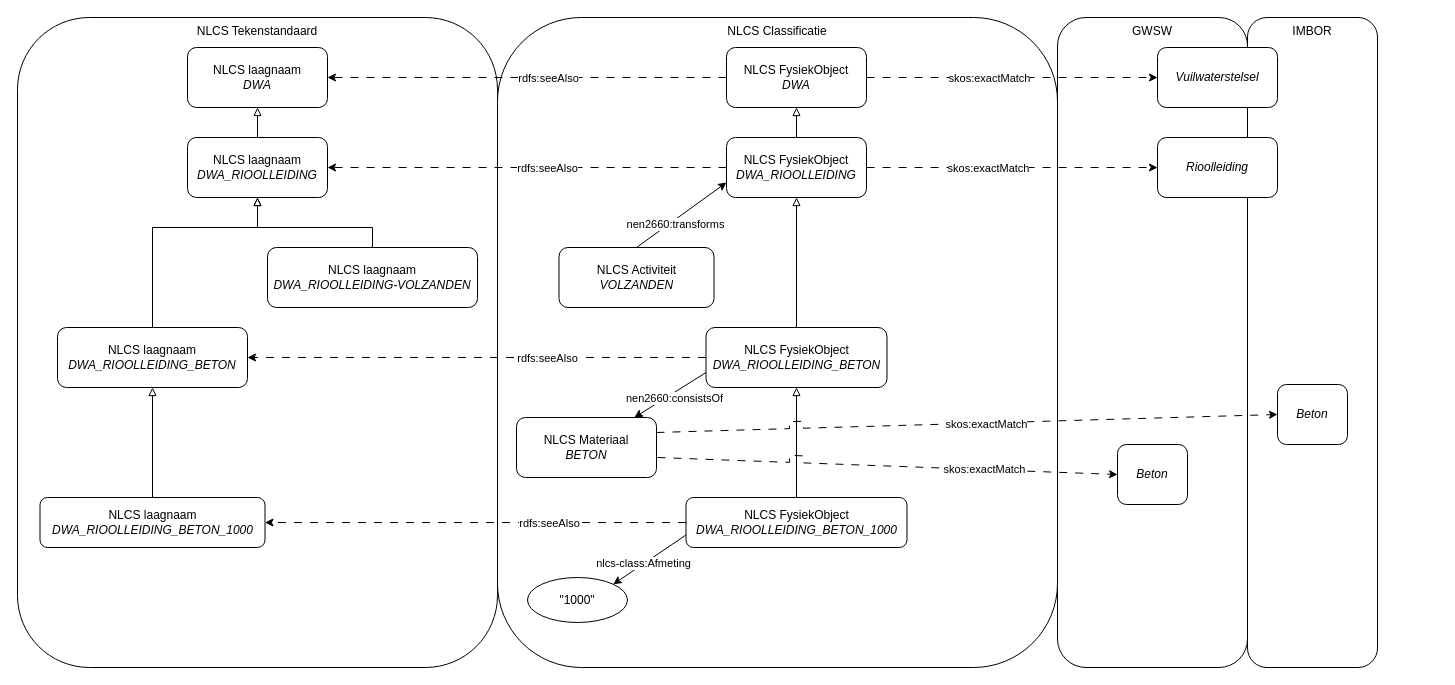
The draw.io diagram docs/InformatieModelSchema_NlcsClassificatie/NLCSlandschap.drawio in nl-digigo/NLCS, before the edit. Source tidied: cells renumbered, new cells numbered last; positions are measured from the earlier drawing's top-left corner, leaving out a move shared by most shapes. Both pictures are drawn from the tidied source at 100%, with x=0, y=0 at pixel (17, 17).
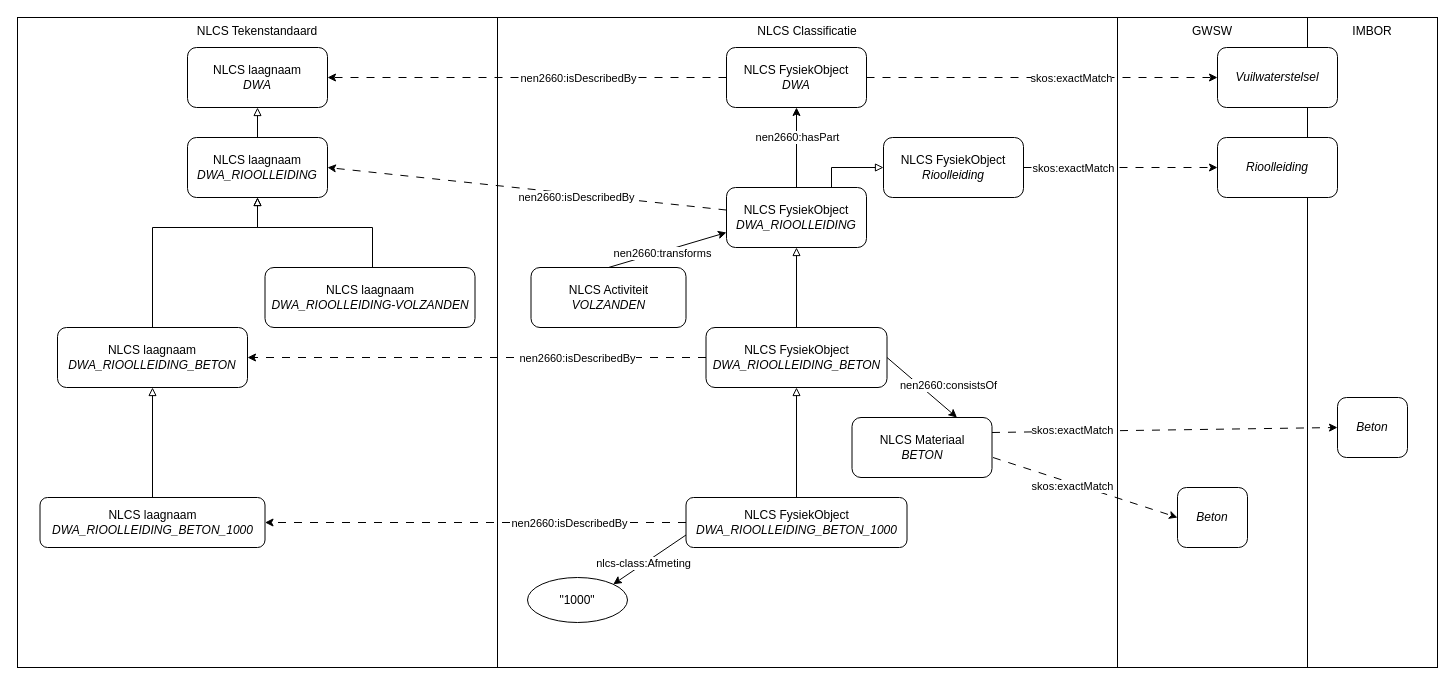
Above is the later version.

Commit message (it also covers changes not shown here):
updated NLCS Classificatie schema Rioleringen

Unchanged cells that the change refers to:
```xml
<mxCell id="7" value="NLCS laagnaam&lt;div&gt;&lt;i&gt;DWA_RIOOLLEIDING&lt;/i&gt;&lt;/div&gt;" style="rounded=1;whiteSpace=wrap;html=1;" parent="1" vertex="1">
  <mxGeometry x="170" y="120" width="140" height="60" as="geometry" />
</mxCell>
<mxCell id="19" style="edgeStyle=orthogonalEdgeStyle;rounded=0;jettySize=auto;html=1;entryX=1;entryY=0.5;entryDx=0;entryDy=0;dashed=1;dashPattern=8 8;" parent="1" edge="1" source="21" target="9">
  <mxGeometry relative="1" as="geometry" />
</mxCell>
<mxCell id="21" value="NLCS FysiekObject&lt;div&gt;&lt;i&gt;DWA_RIOOLLEIDING_BETON&lt;/i&gt;&lt;/div&gt;" style="rounded=1;whiteSpace=wrap;html=1;" parent="1" vertex="1">
  <mxGeometry x="688.5" y="310" width="181" height="60" as="geometry" />
</mxCell>
<mxCell id="22" style="edgeStyle=orthogonalEdgeStyle;rounded=0;jettySize=auto;html=1;dashed=1;dashPattern=8 8;" parent="1" edge="1" source="27" target="11">
  <mxGeometry relative="1" as="geometry" />
</mxCell>
<mxCell id="32" style="rounded=0;jettySize=auto;html=1;exitX=1;exitY=0.25;exitDx=0;exitDy=0;entryX=0;entryY=0.5;entryDx=0;entryDy=0;jumpStyle=sharp;jumpSize=14;dashed=1;dashPattern=8 8;" parent="1" edge="1" source="34" target="50">
  <mxGeometry relative="1" as="geometry" />
</mxCell>
<mxCell id="36" style="edgeStyle=orthogonalEdgeStyle;rounded=0;jettySize=auto;html=1;entryX=1;entryY=0.5;entryDx=0;entryDy=0;dashed=1;dashPattern=8 8;" parent="1" edge="1" source="40" target="35">
  <mxGeometry relative="1" as="geometry" />
</mxCell>
<mxCell id="38" style="edgeStyle=orthogonalEdgeStyle;rounded=0;jettySize=auto;html=1;entryX=0;entryY=0.5;entryDx=0;entryDy=0;dashed=1;dashPattern=8 8;" parent="1" edge="1" source="40" target="47">
  <mxGeometry relative="1" as="geometry" />
</mxCell>
<mxCell id="40" value="NLCS FysiekObject&lt;div&gt;&lt;i&gt;DWA&lt;/i&gt;&lt;/div&gt;" style="rounded=1;whiteSpace=wrap;html=1;" parent="1" vertex="1">
  <mxGeometry x="709" y="30" width="140" height="60" as="geometry" />
</mxCell>
<mxCell id="43" style="rounded=0;jettySize=auto;html=1;entryX=0;entryY=0.75;entryDx=0;entryDy=0;exitX=0.5;exitY=0;exitDx=0;exitDy=0;" parent="1" edge="1" source="45" target="17">
  <mxGeometry relative="1" as="geometry" />
</mxCell>
```

Diff of the diagram source:
```diff
@@
-    <mxCell id="2" value="IMBOR" style="rounded=1;whiteSpace=wrap;html=1;verticalAlign=top;" parent="1" vertex="1">
-      <mxGeometry x="1230" width="130" height="650" as="geometry" />
+    <mxCell id="2" value="IMBOR" style="rounded=0;whiteSpace=wrap;html=1;verticalAlign=top;" parent="1" vertex="1">
+      <mxGeometry x="1290" width="130" height="650" as="geometry" />
     </mxCell>
-    <mxCell id="3" value="GWSW" style="rounded=1;whiteSpace=wrap;html=1;verticalAlign=top;" parent="1" vertex="1">
-      <mxGeometry x="1040" width="190" height="650" as="geometry" />
+    <mxCell id="3" value="GWSW" style="rounded=0;whiteSpace=wrap;html=1;verticalAlign=top;" parent="1" vertex="1">
+      <mxGeometry x="1100" width="190" height="650" as="geometry" />
     </mxCell>
-    <mxCell id="4" value="NLCS Tekenstandaard" style="rounded=1;whiteSpace=wrap;html=1;verticalAlign=top;" parent="1" vertex="1">
+    <mxCell id="4" value="NLCS Tekenstandaard" style="rounded=0;whiteSpace=wrap;html=1;verticalAlign=top;" parent="1" vertex="1">
       <mxGeometry width="480" height="650" as="geometry" />
     </mxCell>
-    <mxCell id="5" value="NLCS Classificatie" style="rounded=1;whiteSpace=wrap;html=1;verticalAlign=top;" parent="1" vertex="1">
-      <mxGeometry x="480" width="560" height="650" as="geometry" />
+    <mxCell id="5" value="NLCS Classificatie" style="rounded=0;whiteSpace=wrap;html=1;verticalAlign=top;" parent="1" vertex="1">
+      <mxGeometry x="480" width="620" height="650" as="geometry" />
     </mxCell>
@@
-    <mxCell id="12" style="edgeStyle=orthogonalEdgeStyle;rounded=0;jettySize=auto;html=1;endArrow=block;endFill=0;" parent="1" edge="1" source="17" target="40">
-      <mxGeometry relative="1" as="geometry" />
+    <mxCell id="12" value="nen2660:hasPart" style="edgeStyle=orthogonalEdgeStyle;rounded=0;jettySize=auto;html=1;endArrow=classic;endFill=1;" parent="1" edge="1" source="17" target="40">
+      <mxGeometry x="0.25" y="-1" relative="1" as="geometry" />
     </mxCell>
-    <mxCell id="13" style="edgeStyle=orthogonalEdgeStyle;rounded=0;jettySize=auto;html=1;entryX=1;entryY=0.5;entryDx=0;entryDy=0;dashed=1;dashPattern=8 8;" parent="1" edge="1" source="17" target="7">
+    <mxCell id="13" style="rounded=0;jettySize=auto;html=1;entryX=1;entryY=0.5;entryDx=0;entryDy=0;dashed=1;dashPattern=8 8;" parent="1" edge="1" source="17" target="7">
       <mxGeometry relative="1" as="geometry" />
     </mxCell>
-    <mxCell id="14" value="rdfs:seeAlso" style="edgeLabel;html=1;align=center;verticalAlign=middle;" parent="13" vertex="1">
+    <mxCell id="14" value="nen2660:isDescribedBy" style="edgeLabel;html=1;align=center;verticalAlign=middle;" parent="13" vertex="1">
       <mxGeometry x="-0.06" y="2" relative="1" as="geometry">
-        <mxPoint x="8" y="-2" as="offset" />
+        <mxPoint x="38" y="5" as="offset" />
       </mxGeometry>
     </mxCell>
-    <mxCell id="15" style="edgeStyle=orthogonalEdgeStyle;rounded=0;jettySize=auto;html=1;entryX=0;entryY=0.5;entryDx=0;entryDy=0;dashed=1;dashPattern=8 8;" parent="1" edge="1" source="17" target="49">
+    <mxCell id="15" style="edgeStyle=orthogonalEdgeStyle;rounded=0;jettySize=auto;html=1;entryX=0;entryY=0.5;entryDx=0;entryDy=0;dashed=1;dashPattern=8 8;" parent="1" edge="1" source="51" target="49">
       <mxGeometry relative="1" as="geometry" />
     </mxCell>
     <mxCell id="16" value="skos:exactMatch" style="edgeLabel;html=1;align=center;verticalAlign=middle;" parent="15" vertex="1">
       <mxGeometry x="-0.18" relative="1" as="geometry">
-        <mxPoint x="2" as="offset" />
+        <mxPoint x="-31" as="offset" />
       </mxGeometry>
     </mxCell>
     <mxCell id="17" value="NLCS FysiekObject&lt;div&gt;&lt;i&gt;DWA_RIOOLLEIDING&lt;/i&gt;&lt;/div&gt;" style="rounded=1;whiteSpace=wrap;html=1;" parent="1" vertex="1">
-      <mxGeometry x="709" y="120" width="140" height="60" as="geometry" />
+      <mxGeometry x="709" y="170" width="140" height="60" as="geometry" />
     </mxCell>
@@
-    <mxCell id="20" value="rdfs:seeAlso" style="edgeLabel;html=1;align=center;verticalAlign=middle;" parent="19" vertex="1">
+    <mxCell id="20" value="nen2660:isDescribedBy" style="edgeLabel;html=1;align=center;verticalAlign=middle;" parent="19" vertex="1">
       <mxGeometry x="-0.56" y="-2" relative="1" as="geometry">
-        <mxPoint x="-58" y="2" as="offset" />
+        <mxPoint x="-28" y="2" as="offset" />
       </mxGeometry>
     </mxCell>
@@
-    <mxCell id="23" value="rdfs:seeAlso" style="edgeLabel;html=1;align=center;verticalAlign=middle;" parent="22" vertex="1">
+    <mxCell id="23" value="nen2660:isDescribedBy" style="edgeLabel;html=1;align=center;verticalAlign=middle;" parent="22" vertex="1">
       <mxGeometry x="-0.36" y="-3" relative="1" as="geometry">
-        <mxPoint x="-2" y="3" as="offset" />
+        <mxPoint x="18" y="3" as="offset" />
       </mxGeometry>
     </mxCell>
@@
-    <mxCell id="28" style="rounded=0;jettySize=auto;html=1;exitX=0;exitY=0.75;exitDx=0;exitDy=0;" parent="1" edge="1" source="21" target="34">
+    <mxCell id="28" style="rounded=0;jettySize=auto;html=1;exitX=1;exitY=0.5;exitDx=0;exitDy=0;entryX=0.75;entryY=0;entryDx=0;entryDy=0;" parent="1" edge="1" source="21" target="34">
       <mxGeometry relative="1" as="geometry" />
     </mxCell>
     <mxCell id="29" value="nen2660:consistsOf" style="edgeLabel;html=1;align=center;verticalAlign=middle;" parent="28" vertex="1">
       <mxGeometry x="-0.24" y="3" relative="1" as="geometry">
-        <mxPoint x="-6" y="6" as="offset" />
+        <mxPoint x="32" y="7" as="offset" />
       </mxGeometry>
     </mxCell>
     <mxCell id="30" style="rounded=0;jettySize=auto;html=1;entryX=0;entryY=0.5;entryDx=0;entryDy=0;jumpStyle=sharp;dashed=1;dashPattern=8 8;jumpSize=14;" parent="1" edge="1" target="48">
       <mxGeometry relative="1" as="geometry">
-        <mxPoint x="640" y="440" as="sourcePoint" />
+        <mxPoint x="975.5" y="440" as="sourcePoint" />
       </mxGeometry>
     </mxCell>
     <mxCell id="31" value="skos:exactMatch" style="edgeLabel;html=1;align=center;verticalAlign=middle;" parent="30" vertex="1">
       <mxGeometry x="0.37" y="-4" relative="1" as="geometry">
-        <mxPoint x="12" y="-4" as="offset" />
+        <mxPoint x="-46" y="-16" as="offset" />
       </mxGeometry>
     </mxCell>
@@
     <mxCell id="33" value="skos:exactMatch" style="edgeLabel;html=1;align=center;verticalAlign=middle;" parent="32" vertex="1">
       <mxGeometry x="-0.02" y="1" relative="1" as="geometry">
-        <mxPoint x="26" y="1" as="offset" />
+        <mxPoint x="-89" y="1" as="offset" />
       </mxGeometry>
     </mxCell>
     <mxCell id="34" value="NLCS Materiaal&lt;div&gt;&lt;i&gt;BETON&lt;/i&gt;&lt;/div&gt;" style="rounded=1;whiteSpace=wrap;html=1;" parent="1" vertex="1">
-      <mxGeometry x="499" y="400" width="140" height="60" as="geometry" />
+      <mxGeometry x="834.5" y="400" width="140" height="60" as="geometry" />
     </mxCell>
@@
-    <mxCell id="37" value="rdfs:seeAlso" style="edgeLabel;html=1;align=center;verticalAlign=middle;" parent="36" vertex="1">
+    <mxCell id="37" value="nen2660:isDescribedBy" style="edgeLabel;html=1;align=center;verticalAlign=middle;" parent="36" vertex="1">
       <mxGeometry relative="1" as="geometry">
-        <mxPoint x="21" as="offset" />
+        <mxPoint x="51" as="offset" />
       </mxGeometry>
     </mxCell>
@@
     <mxCell id="39" value="skos:exactMatch" style="edgeLabel;html=1;align=center;verticalAlign=middle;" parent="38" vertex="1">
       <mxGeometry x="-0.14" y="-2" relative="1" as="geometry">
-        <mxPoint x="-3" y="-2" as="offset" />
+        <mxPoint x="53" y="-2" as="offset" />
       </mxGeometry>
     </mxCell>
@@
     <mxCell id="42" value="NLCS laagnaam&lt;div&gt;&lt;i&gt;DWA_RIOOLLEIDING-VOLZANDEN&lt;/i&gt;&lt;/div&gt;" style="rounded=1;whiteSpace=wrap;html=1;" parent="1" vertex="1">
-      <mxGeometry x="250" y="230" width="210" height="60" as="geometry" />
+      <mxGeometry x="247.5" y="250" width="210" height="60" as="geometry" />
     </mxCell>
@@
     <mxCell id="44" value="nen2660:transforms" style="edgeLabel;html=1;align=center;verticalAlign=middle;" parent="43" vertex="1">
       <mxGeometry x="-0.13" relative="1" as="geometry">
-        <mxPoint y="5" as="offset" />
+        <mxPoint x="2" y="1" as="offset" />
       </mxGeometry>
     </mxCell>
     <mxCell id="45" value="NLCS Activiteit&lt;div&gt;&lt;i style=&quot;background-color: transparent; color: light-dark(rgb(0, 0, 0), rgb(255, 255, 255));&quot;&gt;VOLZANDEN&lt;/i&gt;&lt;/div&gt;" style="rounded=1;whiteSpace=wrap;html=1;" parent="1" vertex="1">
-      <mxGeometry x="541.5" y="230" width="155" height="60" as="geometry" />
+      <mxGeometry x="513.5" y="250" width="155" height="60" as="geometry" />
     </mxCell>
@@
     <mxCell id="47" value="&lt;i&gt;Vuilwaterstelsel&lt;/i&gt;" style="rounded=1;whiteSpace=wrap;html=1;" parent="1" vertex="1">
-      <mxGeometry x="1140" y="30" width="120" height="60" as="geometry" />
+      <mxGeometry x="1200" y="30" width="120" height="60" as="geometry" />
     </mxCell>
     <mxCell id="48" value="&lt;i&gt;Beton&lt;/i&gt;" style="rounded=1;whiteSpace=wrap;html=1;" parent="1" vertex="1">
-      <mxGeometry x="1100" y="427" width="70" height="60" as="geometry" />
+      <mxGeometry x="1160" y="470" width="70" height="60" as="geometry" />
     </mxCell>
     <mxCell id="49" value="&lt;i&gt;Rioolleiding&lt;/i&gt;" style="rounded=1;whiteSpace=wrap;html=1;" parent="1" vertex="1">
-      <mxGeometry x="1140" y="120" width="120" height="60" as="geometry" />
+      <mxGeometry x="1200" y="120" width="120" height="60" as="geometry" />
     </mxCell>
     <mxCell id="50" value="&lt;i&gt;Beton&lt;/i&gt;" style="rounded=1;whiteSpace=wrap;html=1;" parent="1" vertex="1">
-      <mxGeometry x="1260" y="367" width="70" height="60" as="geometry" />
+      <mxGeometry x="1320" y="380" width="70" height="60" as="geometry" />
     </mxCell>
+    <mxCell id="51" value="NLCS FysiekObject&lt;div&gt;&lt;i&gt;Rioolleiding&lt;/i&gt;&lt;/div&gt;" style="rounded=1;whiteSpace=wrap;html=1;" parent="1" vertex="1">
+      <mxGeometry x="866" y="120" width="140" height="60" as="geometry" />
+    </mxCell>
+    <mxCell id="52" style="edgeStyle=orthogonalEdgeStyle;rounded=0;jettySize=auto;html=1;endArrow=block;endFill=0;entryX=0;entryY=0.5;entryDx=0;entryDy=0;exitX=0.75;exitY=0;exitDx=0;exitDy=0;" parent="1" edge="1" source="17" target="51">
+      <mxGeometry relative="1" as="geometry" />
+    </mxCell>
```
